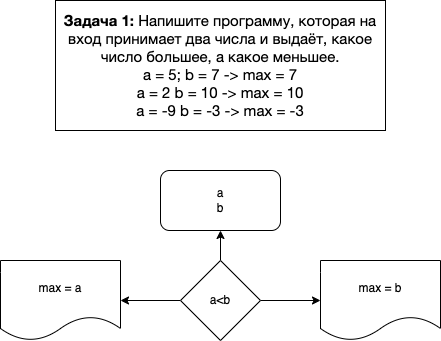
Before: HomeWork01/Task01/diagram.drawio.png, a diagram exported from draw.io (belkst/CSharp). Source tidied: cells renumbered, new cells last; positions are measured from the earlier drawing's top-left corner, leaving out a move shared by most shapes.
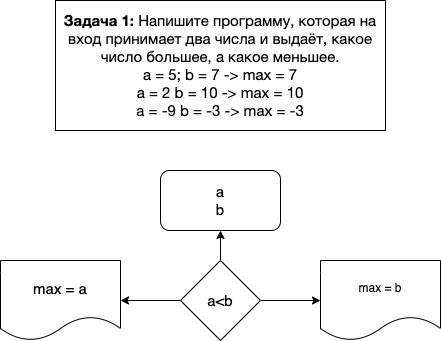
Later version of the same file.

Commit message:
Ред блок схему

Diff of the diagram source:
```diff
@@ -5,7 +5,7 @@
     <mxCell id="2" value="&lt;p style=&quot;box-sizing: border-box ; margin: 0px ; font-family: &amp;#34;roboto&amp;#34; , &amp;#34;san francisco&amp;#34; , &amp;#34;helvetica neue&amp;#34; , &amp;#34;helvetica&amp;#34; , &amp;#34;arial&amp;#34; ; font-size: 15px&quot;&gt;&lt;span style=&quot;box-sizing: border-box ; font-weight: 700&quot;&gt;Задача 1:&lt;/span&gt;&lt;span class=&quot;Apple-converted-space&quot;&gt;&amp;nbsp;&lt;/span&gt;Напишите программу, которая на вход принимает два числа и выдаёт, какое число большее, а какое меньшее.&lt;/p&gt;&lt;p style=&quot;box-sizing: border-box ; margin: 0px ; font-family: &amp;#34;roboto&amp;#34; , &amp;#34;san francisco&amp;#34; , &amp;#34;helvetica neue&amp;#34; , &amp;#34;helvetica&amp;#34; , &amp;#34;arial&amp;#34; ; font-size: 15px&quot;&gt;a = 5; b = 7 -&amp;gt; max = 7&lt;br style=&quot;box-sizing: border-box&quot;&gt;a = 2 b = 10 -&amp;gt; max = 10&lt;br style=&quot;box-sizing: border-box&quot;&gt;a = -9 b = -3 -&amp;gt; max = -3&lt;/p&gt;" style="whiteSpace=wrap;html=1;" parent="1" vertex="1">
       <mxGeometry x="55" width="330" height="130" as="geometry" />
     </mxCell>
-    <mxCell id="3" value="&lt;font color=&quot;#000000&quot;&gt;a&lt;br&gt;b&lt;/font&gt;" style="rounded=1;whiteSpace=wrap;html=1;fontColor=#F0F0F0;" parent="1" vertex="1">
+    <mxCell id="3" value="&lt;font color=&quot;#000000&quot; style=&quot;font-size: 15px&quot;&gt;a&lt;br&gt;b&lt;/font&gt;" style="rounded=1;whiteSpace=wrap;html=1;fontColor=#F0F0F0;" parent="1" vertex="1">
       <mxGeometry x="160" y="170" width="120" height="60" as="geometry" />
     </mxCell>
     <mxCell id="4" style="edgeStyle=none;html=1;fontColor=#F0F0F0;" parent="1" edge="1" source="7" target="3">
@@ -17,13 +17,13 @@
     <mxCell id="6" style="edgeStyle=none;html=1;fontColor=#F0F0F0;" parent="1" edge="1" source="7" target="9">
       <mxGeometry relative="1" as="geometry" />
     </mxCell>
-    <mxCell id="7" value="&lt;font color=&quot;#000000&quot;&gt;a&amp;lt;b&lt;/font&gt;" style="rhombus;whiteSpace=wrap;html=1;fontColor=#F0F0F0;" parent="1" vertex="1">
+    <mxCell id="7" value="&lt;font color=&quot;#000000&quot; style=&quot;font-size: 15px&quot;&gt;a&amp;lt;b&lt;/font&gt;" style="rhombus;whiteSpace=wrap;html=1;fontColor=#F0F0F0;" parent="1" vertex="1">
       <mxGeometry x="180" y="260" width="80" height="80" as="geometry" />
     </mxCell>
     <mxCell id="8" value="&lt;font color=&quot;#000000&quot;&gt;max = b&lt;/font&gt;" style="shape=document;whiteSpace=wrap;html=1;boundedLbl=1;fontColor=#F0F0F0;" parent="1" vertex="1">
       <mxGeometry x="320" y="260" width="120" height="80" as="geometry" />
     </mxCell>
-    <mxCell id="9" value="&lt;font color=&quot;#000000&quot;&gt;max = a&lt;/font&gt;" style="shape=document;whiteSpace=wrap;html=1;boundedLbl=1;fontColor=#F0F0F0;" parent="1" vertex="1">
+    <mxCell id="9" value="&lt;font color=&quot;#000000&quot; style=&quot;font-size: 15px&quot;&gt;max = a&lt;/font&gt;" style="shape=document;whiteSpace=wrap;html=1;boundedLbl=1;fontColor=#F0F0F0;" parent="1" vertex="1">
       <mxGeometry y="260" width="120" height="80" as="geometry" />
     </mxCell>
   </root>
```
